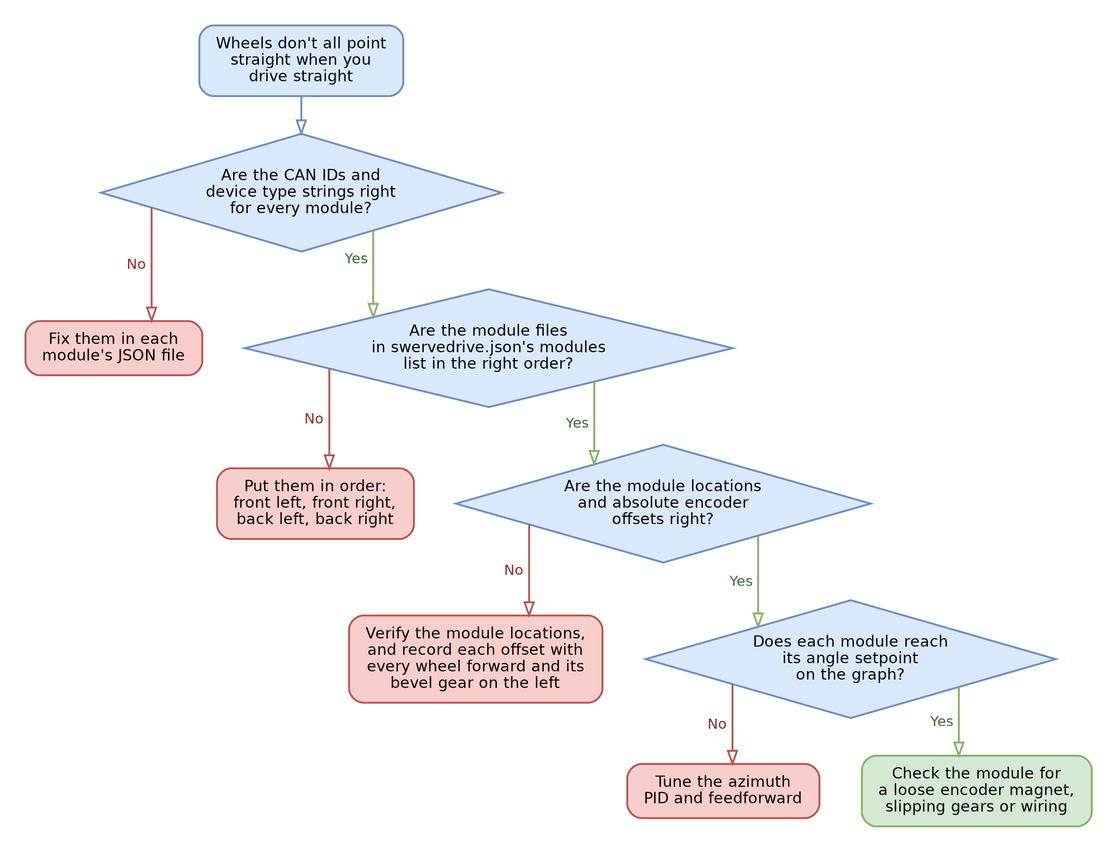
This is .gitbook/assets/yagsl-flowchart-align.png from Yet-Another-Software-Suite/YAGSL-gitbook, a Graphviz export, as it was before one commit. Its source is kept beside it as .gitbook/assets/yagsl-flowchart-align.dot.
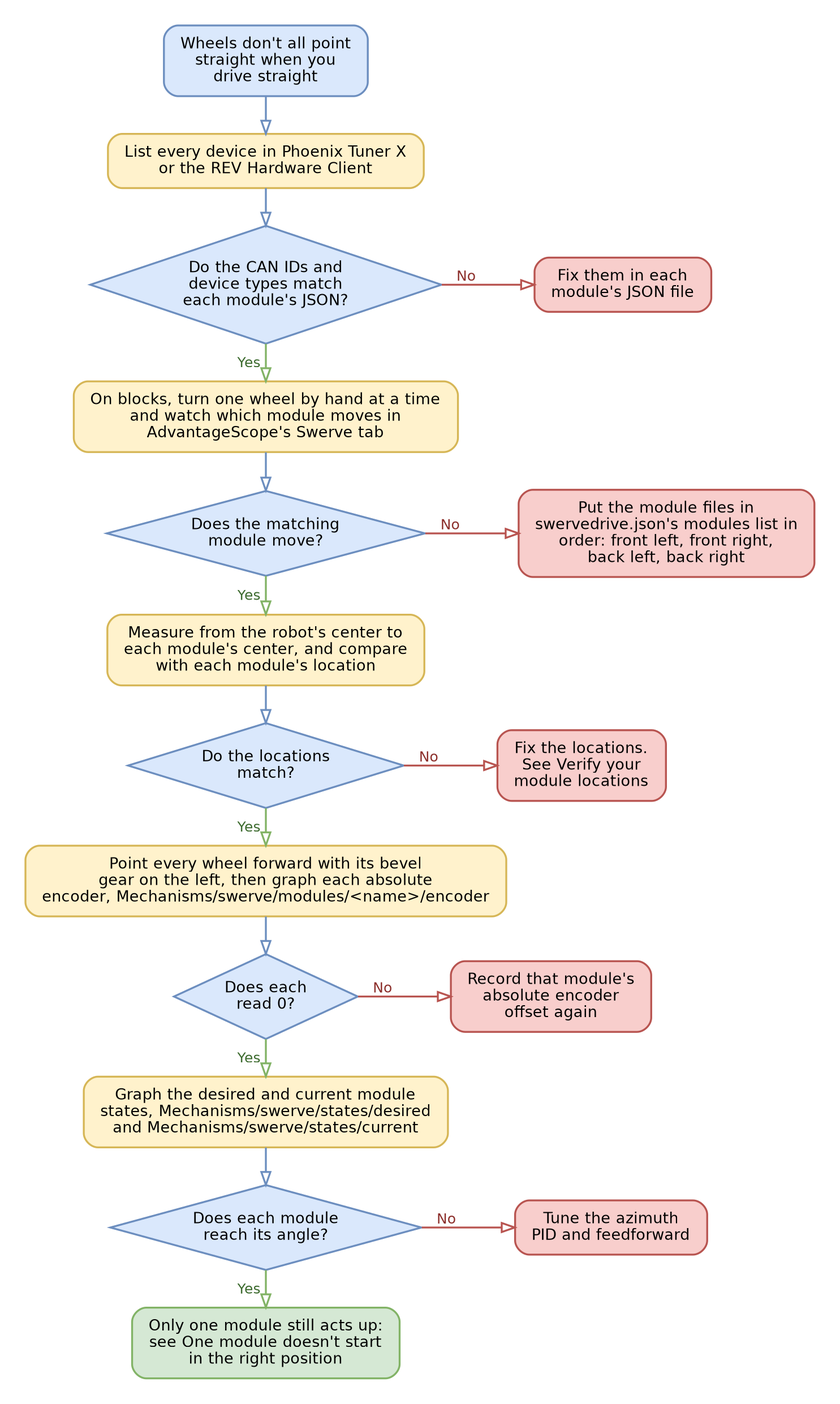
The same file after the commit.

Commit message:
Troubleshooting flowcharts: add how-to-check steps; check a module's build last

Change to the diagram source:
```diff
@@ -2,23 +2,43 @@
   graph [rankdir=TB, nodesep=0.5, ranksep=0.45, pad=0.3, bgcolor="white", dpi=150, splines=ortho];
   node  [fontname="DejaVu Sans", fontsize=13, margin="0.2,0.12", penwidth=1.6];
   edge  [fontname="DejaVu Sans", fontsize=12, penwidth=1.6, arrowhead=onormal, arrowsize=1.1];
+  graph [nodesep=1.1];
   s [label="Wheels don't all point\nstraight when you\ndrive straight", shape=box, style="rounded,filled", fillcolor="#dae8fc", color="#6c8ebf"];
-  q1 [label="Are the CAN IDs and\ndevice type strings right\nfor every module?", shape=diamond, style=filled, fillcolor="#dae8fc", color="#6c8ebf", margin="0.05,0.05"];
+  h1 [label="List every device in Phoenix Tuner X\nor the REV Hardware Client", shape=box, style="rounded,filled", fillcolor="#fff2cc", color="#d6b656"];
+  q1 [label="Do the CAN IDs and\ndevice types match\neach module's JSON?", shape=diamond, style=filled, fillcolor="#dae8fc", color="#6c8ebf", margin="0.05,0.05"];
   f1 [label="Fix them in each\nmodule's JSON file", shape=box, style="rounded,filled", fillcolor="#f8cecc", color="#b85450"];
-  q2 [label="Are the module files\nin swervedrive.json's modules\nlist in the right order?", shape=diamond, style=filled, fillcolor="#dae8fc", color="#6c8ebf", margin="0.05,0.05"];
-  f2 [label="Put them in order:\nfront left, front right,\nback left, back right", shape=box, style="rounded,filled", fillcolor="#f8cecc", color="#b85450"];
-  q3 [label="Are the module locations\nand absolute encoder\noffsets right?", shape=diamond, style=filled, fillcolor="#dae8fc", color="#6c8ebf", margin="0.05,0.05"];
-  f3 [label="Verify the module locations,\nand record each offset with\nevery wheel forward and its\nbevel gear on the left", shape=box, style="rounded,filled", fillcolor="#f8cecc", color="#b85450"];
-  q4 [label="Does each module reach\nits angle setpoint\non the graph?", shape=diamond, style=filled, fillcolor="#dae8fc", color="#6c8ebf", margin="0.05,0.05"];
-  f4 [label="Tune the azimuth\nPID and feedforward", shape=box, style="rounded,filled", fillcolor="#f8cecc", color="#b85450"];
-  d [label="Check the module for\na loose encoder magnet,\nslipping gears or wiring", shape=box, style="rounded,filled", fillcolor="#d5e8d4", color="#82b366"];
-  s -> q1 [color="#6c8ebf"];
+  {rank=same; q1; f1;}
+  s -> h1 [color="#6c8ebf", weight=10];
+  h1 -> q1 [color="#6c8ebf", weight=10];
   q1 -> f1 [xlabel=" No ", color="#b85450", fontcolor="#8c2f2b"];
-  q1 -> q2 [xlabel=" Yes ", color="#82b366", fontcolor="#3d6b2f"];
+  q1 -> h2 [xlabel=" Yes ", color="#82b366", fontcolor="#3d6b2f", weight=10];
+  h2 [label="On blocks, turn one wheel by hand at a time\nand watch which module moves in\nAdvantageScope's Swerve tab", shape=box, style="rounded,filled", fillcolor="#fff2cc", color="#d6b656"];
+  q2 [label="Does the matching\nmodule move?", shape=diamond, style=filled, fillcolor="#dae8fc", color="#6c8ebf", margin="0.05,0.05"];
+  f2 [label="Put the module files in\nswervedrive.json's modules list in\norder: front left, front right,\nback left, back right", shape=box, style="rounded,filled", fillcolor="#f8cecc", color="#b85450"];
+  {rank=same; q2; f2;}
+  h2 -> q2 [color="#6c8ebf", weight=10];
   q2 -> f2 [xlabel=" No ", color="#b85450", fontcolor="#8c2f2b"];
-  q2 -> q3 [xlabel=" Yes ", color="#82b366", fontcolor="#3d6b2f"];
+  q2 -> h3 [xlabel=" Yes ", color="#82b366", fontcolor="#3d6b2f", weight=10];
+  h3 [label="Measure from the robot's center to\neach module's center, and compare\nwith each module's location", shape=box, style="rounded,filled", fillcolor="#fff2cc", color="#d6b656"];
+  q3 [label="Do the locations\nmatch?", shape=diamond, style=filled, fillcolor="#dae8fc", color="#6c8ebf", margin="0.05,0.05"];
+  f3 [label="Fix the locations.\nSee Verify your\nmodule locations", shape=box, style="rounded,filled", fillcolor="#f8cecc", color="#b85450"];
+  {rank=same; q3; f3;}
+  h3 -> q3 [color="#6c8ebf", weight=10];
   q3 -> f3 [xlabel=" No ", color="#b85450", fontcolor="#8c2f2b"];
-  q3 -> q4 [xlabel=" Yes ", color="#82b366", fontcolor="#3d6b2f"];
+  q3 -> h4 [xlabel=" Yes ", color="#82b366", fontcolor="#3d6b2f", weight=10];
+  h4 [label="Point every wheel forward with its bevel\ngear on the left, then graph each absolute\nencoder, Mechanisms/swerve/modules/<name>/encoder", shape=box, style="rounded,filled", fillcolor="#fff2cc", color="#d6b656"];
+  q4 [label="Does each\nread 0?", shape=diamond, style=filled, fillcolor="#dae8fc", color="#6c8ebf", margin="0.05,0.05"];
+  f4 [label="Record that module's\nabsolute encoder\noffset again", shape=box, style="rounded,filled", fillcolor="#f8cecc", color="#b85450"];
+  {rank=same; q4; f4;}
+  h4 -> q4 [color="#6c8ebf", weight=10];
   q4 -> f4 [xlabel=" No ", color="#b85450", fontcolor="#8c2f2b"];
-  q4 -> d [xlabel=" Yes ", color="#82b366", fontcolor="#3d6b2f"];
+  q4 -> h5 [xlabel=" Yes ", color="#82b366", fontcolor="#3d6b2f", weight=10];
+  h5 [label="Graph the desired and current module\nstates, Mechanisms/swerve/states/desired\nand Mechanisms/swerve/states/current", shape=box, style="rounded,filled", fillcolor="#fff2cc", color="#d6b656"];
+  q5 [label="Does each module\nreach its angle?", shape=diamond, style=filled, fillcolor="#dae8fc", color="#6c8ebf", margin="0.05,0.05"];
+  f5 [label="Tune the azimuth\nPID and feedforward", shape=box, style="rounded,filled", fillcolor="#f8cecc", color="#b85450"];
+  {rank=same; q5; f5;}
+  h5 -> q5 [color="#6c8ebf", weight=10];
+  q5 -> f5 [xlabel=" No ", color="#b85450", fontcolor="#8c2f2b"];
+  q5 -> d [xlabel=" Yes ", color="#82b366", fontcolor="#3d6b2f", weight=10];
+  d [label="Only one module still acts up:\nsee One module doesn't start\nin the right position", shape=box, style="rounded,filled", fillcolor="#d5e8d4", color="#82b366"];
 }
```
